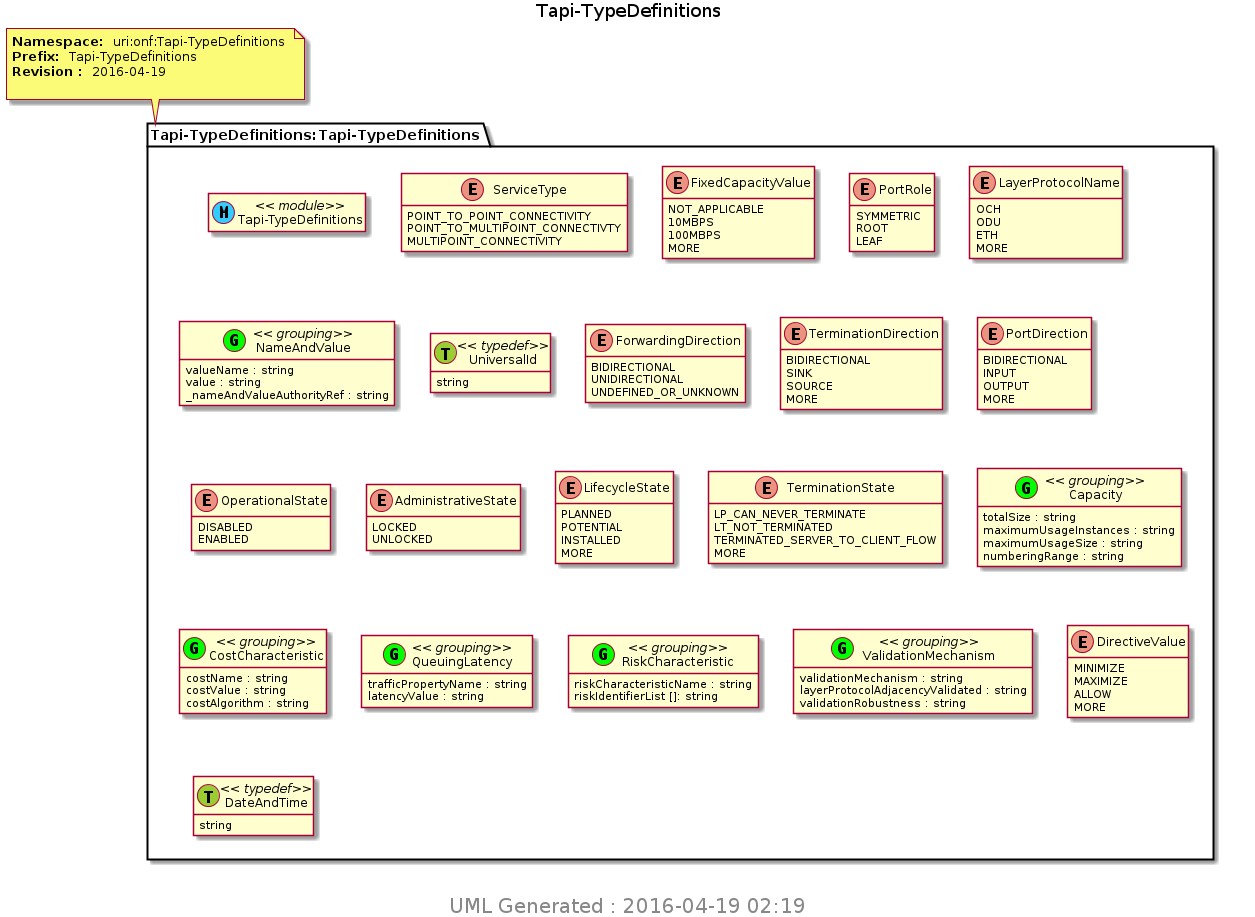
The PlantUML diagram TransportAPI/YANG/pyang_uml/Tapi-TypeDefinitions.png in Open-Network-Models-and-Interfaces-ONMI/TAPI, before a commit.
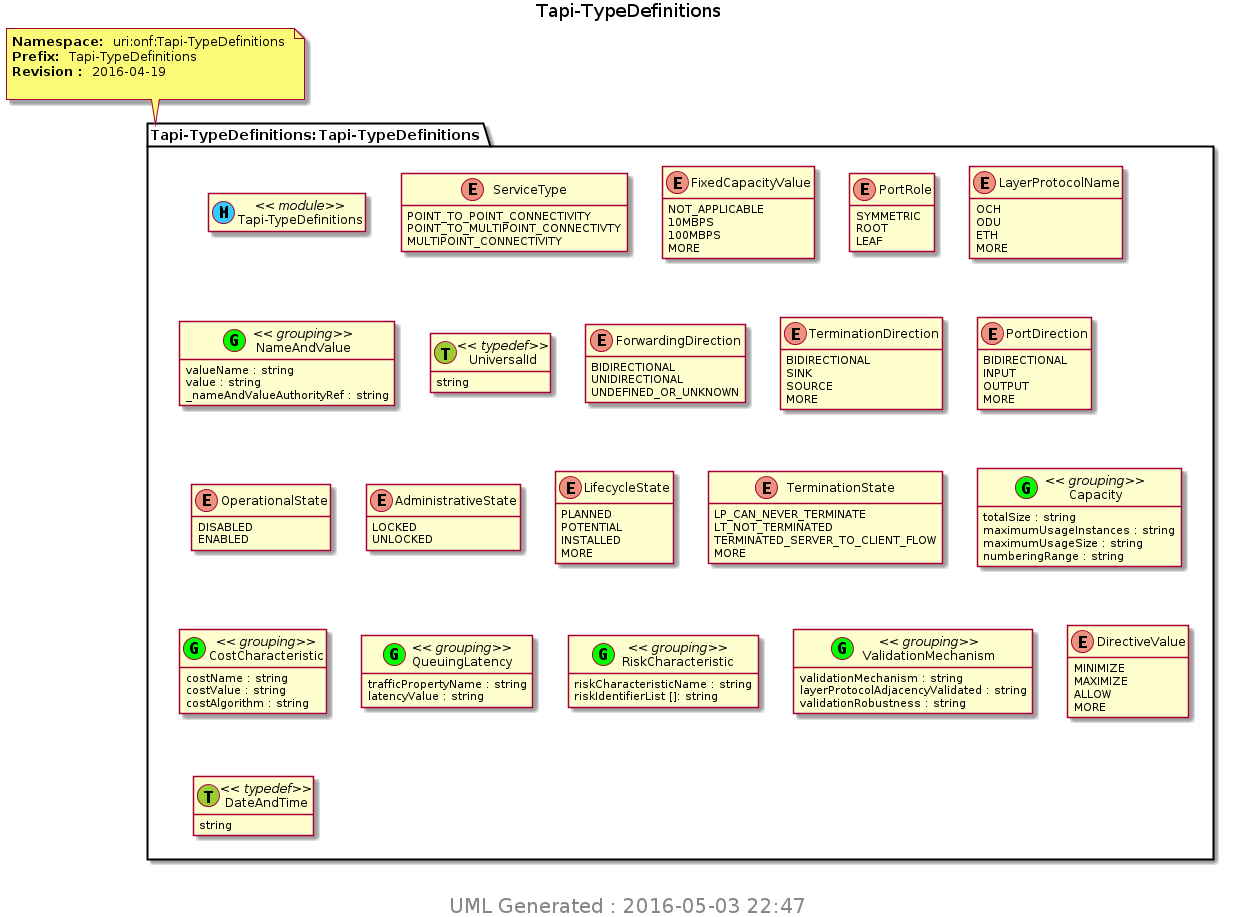
The same diagram one commit later.

Change to the diagram source:
```diff
@@ -106,6 +106,6 @@
 }
 
 center footer
- <size:20> UML Generated : 2016-04-19 02:19 </size>
+ <size:20> UML Generated : 2016-05-03 22:47 </size>
  endfooter
 @enduml
```
